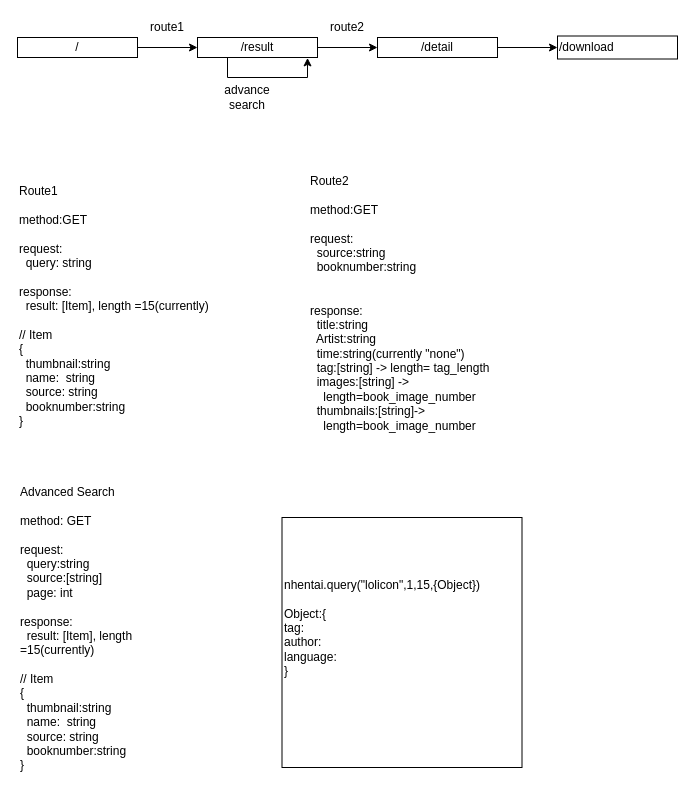
Earlier version of the draw.io diagram log/develop/route request response.drawio (Darkborderman/Xetting). Source tidied: cells renumbered, new cells numbered last; positions are measured from the earlier drawing's top-left corner, leaving out a move shared by most shapes. Both pictures are drawn from the tidied source at 100%, with x=0, y=0 at pixel (17, 17).
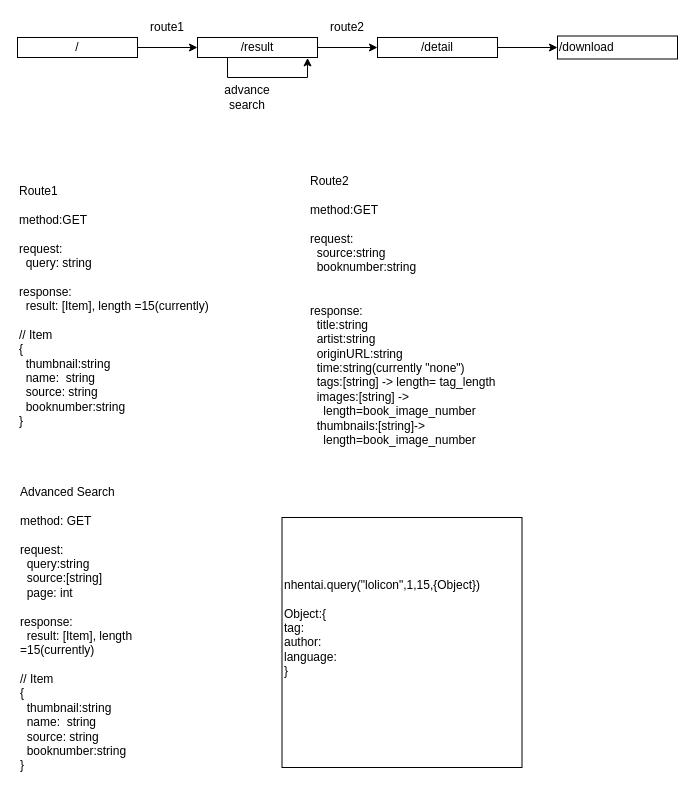
After the change.

Commit message (it also covers changes not shown here):
Update drawio response format

The edit, as a diff of the source:
```diff
@@
 <mxGraphModel>
   <root>
     <mxCell id="0" />
     <mxCell id="1" parent="0" />
     <mxCell id="2" style="edgeStyle=orthogonalEdgeStyle;rounded=0;jettySize=auto;html=1;entryX=0;entryY=0.5;entryDx=0;entryDy=0;" parent="1" edge="1" source="3" target="6">
       <mxGeometry relative="1" as="geometry" />
     </mxCell>
     <mxCell id="3" value="/" style="rounded=0;whiteSpace=wrap;html=1;" parent="1" vertex="1">
       <mxGeometry y="20" width="120" height="20" as="geometry" />
     </mxCell>
     <mxCell id="4" style="edgeStyle=orthogonalEdgeStyle;rounded=0;jettySize=auto;html=1;entryX=0;entryY=0.5;entryDx=0;entryDy=0;" parent="1" edge="1" source="6" target="8">
       <mxGeometry relative="1" as="geometry" />
     </mxCell>
     <mxCell id="5" style="edgeStyle=orthogonalEdgeStyle;rounded=0;orthogonalLoop=1;jettySize=auto;html=1;exitX=0.25;exitY=1;exitDx=0;exitDy=0;entryX=0.917;entryY=1.021;entryDx=0;entryDy=0;entryPerimeter=0;" parent="1" edge="1" source="6" target="6">
       <mxGeometry relative="1" as="geometry">
         <Array as="points">
           <mxPoint x="210" y="60" />
           <mxPoint x="290" y="60" />
         </Array>
       </mxGeometry>
     </mxCell>
     <mxCell id="6" value="/result" style="rounded=0;whiteSpace=wrap;html=1;" parent="1" vertex="1">
       <mxGeometry x="180" y="20" width="120" height="20" as="geometry" />
     </mxCell>
     <mxCell id="7" style="edgeStyle=orthogonalEdgeStyle;rounded=0;jettySize=auto;html=1;" parent="1" edge="1" source="8" target="14">
       <mxGeometry relative="1" as="geometry" />
     </mxCell>
     <mxCell id="8" value="/detail" style="rounded=0;whiteSpace=wrap;html=1;" parent="1" vertex="1">
       <mxGeometry x="360" y="20" width="120" height="20" as="geometry" />
     </mxCell>
     <mxCell id="9" value="route1" style="text;html=1;strokeColor=none;fillColor=none;align=center;verticalAlign=middle;whiteSpace=wrap;rounded=0;" parent="1" vertex="1">
       <mxGeometry x="130" width="40" height="20" as="geometry" />
     </mxCell>
     <mxCell id="10" value="route2" style="text;html=1;strokeColor=none;fillColor=none;align=center;verticalAlign=middle;whiteSpace=wrap;rounded=0;" parent="1" vertex="1">
       <mxGeometry x="310" width="40" height="20" as="geometry" />
     </mxCell>
     <mxCell id="11" value="advance search" style="text;html=1;strokeColor=none;fillColor=none;align=center;verticalAlign=middle;whiteSpace=wrap;rounded=0;" parent="1" vertex="1">
       <mxGeometry x="210" y="70" width="40" height="20" as="geometry" />
     </mxCell>
     <mxCell id="12" value="&lt;div&gt;Route1&lt;/div&gt;&lt;div&gt;&lt;br&gt;&lt;/div&gt;&lt;div&gt;method:GET&lt;br&gt;&lt;/div&gt;&lt;div&gt;&lt;br&gt;&lt;/div&gt;&lt;div&gt;request:&lt;/div&gt;&lt;div&gt;&amp;nbsp; query: string&lt;br&gt;&lt;/div&gt;&lt;div&gt;&lt;br&gt;&lt;/div&gt;&lt;div&gt;response:&lt;/div&gt;&lt;div&gt;&amp;nbsp; result: [Item], length =15(currently)&lt;br&gt;&lt;/div&gt;&lt;div&gt;&lt;br&gt;&lt;/div&gt;&lt;div&gt;// Item&lt;/div&gt;&lt;div&gt;{&lt;/div&gt;&lt;div&gt;&amp;nbsp; thumbnail:string&lt;/div&gt;&lt;div&gt;&amp;nbsp; name:&amp;nbsp; string&lt;br&gt;&lt;/div&gt;&lt;div&gt;&amp;nbsp; source: string&lt;br&gt;&lt;/div&gt;&lt;div&gt;&amp;nbsp; booknumber:string&lt;br&gt;&lt;/div&gt;&lt;div&gt;}&lt;br&gt;&lt;/div&gt;" style="text;html=1;strokeColor=none;fillColor=none;align=left;verticalAlign=top;whiteSpace=wrap;rounded=0;" parent="1" vertex="1">
       <mxGeometry y="160" width="210" height="280" as="geometry" />
     </mxCell>
-    <mxCell id="13" value="&lt;div&gt;Route2&lt;/div&gt;&lt;div&gt;&lt;br&gt;&lt;/div&gt;&lt;div&gt;method:GET&lt;/div&gt;&lt;div&gt;&lt;br&gt;&lt;/div&gt;&lt;div&gt;request:&lt;/div&gt;&lt;div&gt;&amp;nbsp; source:string&lt;/div&gt;&lt;div&gt;&amp;nbsp; booknumber:string&lt;br&gt;&lt;/div&gt;&lt;div&gt;&lt;br&gt;&lt;/div&gt;&lt;div&gt;&lt;br&gt;&lt;/div&gt;&lt;div&gt;response:&lt;/div&gt;&lt;div&gt;&amp;nbsp; title:string&lt;/div&gt;&lt;div&gt;&amp;nbsp; Artist:string&lt;/div&gt;&lt;div&gt;&amp;nbsp; time:string(currently &quot;none&quot;)&lt;/div&gt;&lt;div&gt;&amp;nbsp; tag:[string] -&amp;gt; length= tag_length&lt;/div&gt;&lt;div&gt;&amp;nbsp; images:[string] -&amp;gt;&lt;/div&gt;&lt;div&gt;&amp;nbsp;&amp;nbsp;&amp;nbsp; length=book_image_number&lt;/div&gt;&lt;div&gt;&amp;nbsp; thumbnails:[string]-&amp;gt;&lt;/div&gt;&lt;div&gt;&amp;nbsp;&amp;nbsp;&amp;nbsp; length=book_image_number&lt;br&gt;&lt;/div&gt;" style="text;html=1;strokeColor=none;fillColor=none;align=left;verticalAlign=top;whiteSpace=wrap;rounded=0;" parent="1" vertex="1">
-      <mxGeometry x="291" y="150" width="200" height="270" as="geometry" />
+    <mxCell id="13" value="&lt;div&gt;Route2&lt;/div&gt;&lt;div&gt;&lt;br&gt;&lt;/div&gt;&lt;div&gt;method:GET&lt;/div&gt;&lt;div&gt;&lt;br&gt;&lt;/div&gt;&lt;div&gt;request:&lt;/div&gt;&lt;div&gt;&amp;nbsp; source:string&lt;/div&gt;&lt;div&gt;&amp;nbsp; booknumber:string&lt;br&gt;&lt;/div&gt;&lt;div&gt;&lt;br&gt;&lt;/div&gt;&lt;div&gt;&lt;br&gt;&lt;/div&gt;&lt;div&gt;response:&lt;/div&gt;&lt;div&gt;&amp;nbsp; title:string&lt;/div&gt;&lt;div&gt;&amp;nbsp; artist:string&lt;/div&gt;&lt;div&gt;&amp;nbsp; originURL:string&lt;br&gt;&lt;/div&gt;&lt;div&gt;&amp;nbsp; time:string(currently &quot;none&quot;)&lt;/div&gt;&lt;div&gt;&amp;nbsp; tags:[string] -&amp;gt; length= tag_length&lt;/div&gt;&lt;div&gt;&amp;nbsp; images:[string] -&amp;gt;&lt;/div&gt;&lt;div&gt;&amp;nbsp;&amp;nbsp;&amp;nbsp; length=book_image_number&lt;/div&gt;&lt;div&gt;&amp;nbsp; thumbnails:[string]-&amp;gt;&lt;/div&gt;&lt;div&gt;&amp;nbsp;&amp;nbsp;&amp;nbsp; length=book_image_number&lt;br&gt;&lt;/div&gt;" style="text;html=1;strokeColor=none;fillColor=none;align=left;verticalAlign=top;whiteSpace=wrap;rounded=0;" parent="1" vertex="1">
+      <mxGeometry x="291" y="150" width="200" height="300" as="geometry" />
     </mxCell>
     <mxCell id="14" value="/download" style="rounded=0;whiteSpace=wrap;html=1;align=left;" parent="1" vertex="1">
       <mxGeometry x="540" y="18.5" width="120" height="23" as="geometry" />
     </mxCell>
     <mxCell id="15" value="&lt;div&gt;Advanced Search&lt;/div&gt;&lt;div&gt;&lt;br&gt;&lt;/div&gt;&lt;div&gt;method: GET&lt;/div&gt;&lt;div&gt;&lt;br&gt;&lt;/div&gt;&lt;div&gt;request:&lt;/div&gt;&lt;div&gt;&amp;nbsp; query:string&lt;/div&gt;&lt;div&gt;&amp;nbsp; source:[string]&lt;/div&gt;&lt;div&gt;&amp;nbsp; page: int&lt;/div&gt;&lt;div&gt;&lt;br&gt;&lt;/div&gt;&lt;div&gt;&lt;div&gt;response:&lt;/div&gt;&lt;div&gt;&amp;nbsp; result: [Item], length =15(currently)&lt;br&gt;&lt;/div&gt;&lt;div&gt;&lt;br&gt;&lt;/div&gt;&lt;div&gt;// Item&lt;/div&gt;&lt;div&gt;{&lt;/div&gt;&lt;div&gt;&amp;nbsp; thumbnail:string&lt;/div&gt;&lt;div&gt;&amp;nbsp; name:&amp;nbsp; string&lt;br&gt;&lt;/div&gt;&lt;div&gt;&amp;nbsp; source: string&lt;br&gt;&lt;/div&gt;&lt;div&gt;&amp;nbsp; booknumber:string&lt;br&gt;&lt;/div&gt;}&lt;/div&gt;" style="text;html=1;strokeColor=none;fillColor=none;align=left;verticalAlign=top;whiteSpace=wrap;rounded=0;" parent="1" vertex="1">
       <mxGeometry x="1" y="461" width="190" height="250" as="geometry" />
     </mxCell>
     <mxCell id="16" value="&lt;div&gt;nhentai.query(&quot;lolicon&quot;,1,15,{Object})&lt;/div&gt;&lt;div&gt;&lt;br&gt;&lt;/div&gt;&lt;div&gt;Object:{&lt;/div&gt;&lt;div&gt;tag:&lt;/div&gt;&lt;div&gt;author:&lt;/div&gt;&lt;div&gt;language:&lt;br&gt;&lt;/div&gt;&lt;div&gt;}&lt;br&gt;&lt;/div&gt;&lt;div&gt;&lt;br&gt;&lt;/div&gt;&lt;div&gt;&lt;br&gt;&lt;/div&gt;" style="rounded=0;whiteSpace=wrap;html=1;align=left;" parent="1" vertex="1">
       <mxGeometry x="264.5" y="500" width="240" height="250" as="geometry" />
     </mxCell>
   </root>
 </mxGraphModel>
```
